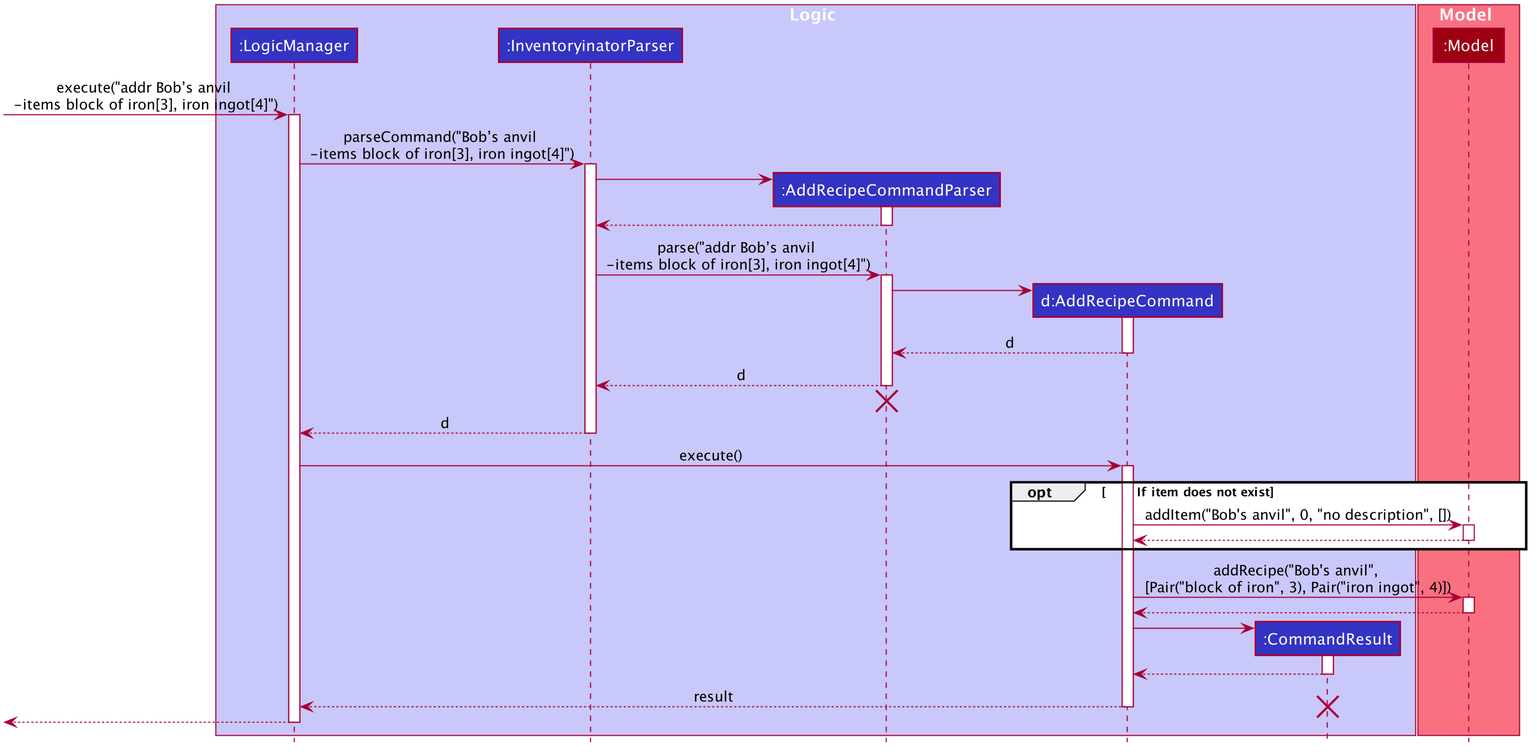
Before: docs/images/commandseqdiagrams/DeleteItemSequenceDiagram.png, a diagram exported from PlantUML (nus-cs2103-AY2021S1/tp).
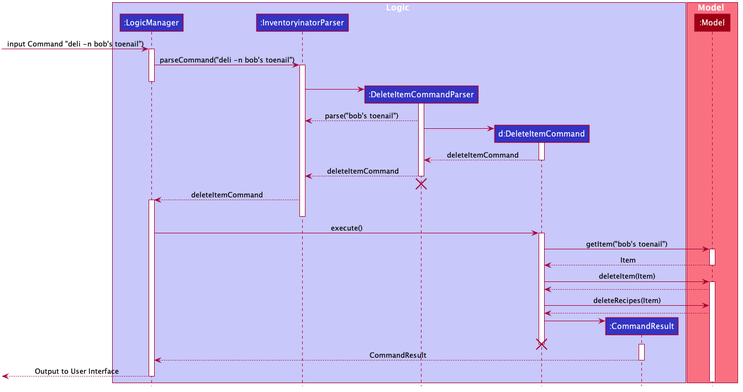
Above is the later version.

Change to the diagram source:
```diff
@@ -51,8 +51,8 @@
 box Logic #C8C8FA
 participant ":LogicManager" as LogicManager #3333C4
 participant ":InventoryinatorParser" as InventoryinatorParser #3333C4
-participant ":AddRecipeCommandParser" as AddRecipeCommandParser #3333C4
-participant "d:AddRecipeCommand" as AddRecipeCommand #3333C4
+participant ":DeleteItemCommandParser" as DeleteCommandParser #3333C4
+participant "d:DeleteItemCommand" as DeleteCommand #3333C4
 participant ":CommandResult" as CommandResult #3333C4
 end box
 
@@ -60,61 +60,59 @@
 participant ":Model" as Model #9D0012
 end box
 
-[-> LogicManager : execute("addr Bob’s anvil \n-items block of iron[3], iron ingot[4]")
+[-> LogicManager : input Command "deli -n bob's toenail")
 activate LogicManager
 
-LogicManager -> InventoryinatorParser : parseCommand("Bob’s anvil \n-items block of iron[3], iron ingot[4]")
+LogicManager -> InventoryinatorParser : parseCommand("deli -n bob's toenail")
 activate InventoryinatorParser
+deactivate LogicManager
 
-create AddRecipeCommandParser
-InventoryinatorParser -> AddRecipeCommandParser
-activate AddRecipeCommandParser
+create DeleteCommandParser
+InventoryinatorParser -> DeleteCommandParser
+activate DeleteCommandParser
 
-AddRecipeCommandParser --> InventoryinatorParser
-deactivate AddRecipeCommandParser
+DeleteCommandParser --> InventoryinatorParser : parse("bob's toenail")
 
-InventoryinatorParser -> AddRecipeCommandParser : parse("addr Bob’s anvil \n-items block of iron[3], iron ingot[4]")
-activate AddRecipeCommandParser
+create DeleteCommand
+DeleteCommandParser -> DeleteCommand
+activate DeleteCommand
 
-create AddRecipeCommand
-AddRecipeCommandParser -> AddRecipeCommand
-activate AddRecipeCommand
+DeleteCommand --> DeleteCommandParser : deleteItemCommand
+deactivate DeleteCommand
 
-AddRecipeCommand --> AddRecipeCommandParser : d
-deactivate AddRecipeCommand
+DeleteCommandParser --> InventoryinatorParser : deleteItemCommand
+deactivate DeleteCommandParser
+DeleteCommandParser -[hidden]-> InventoryinatorParser
+destroy DeleteCommandParser
 
-AddRecipeCommandParser --> InventoryinatorParser : d
-deactivate AddRecipeCommandParser
-AddRecipeCommandParser -[hidden]-> InventoryinatorParser
-destroy AddRecipeCommandParser
-
-InventoryinatorParser --> LogicManager : d
+InventoryinatorParser --> LogicManager : deleteItemCommand
+activate LogicManager
 deactivate InventoryinatorParser
 
-LogicManager -> AddRecipeCommand : execute()
-activate AddRecipeCommand
-opt \tIf item does not exist
-AddRecipeCommand -> Model : addItem("Bob's anvil", 0, "no description", [])
-activate Model
-Model --> AddRecipeCommand
-deactivate Model
-end
-AddRecipeCommand -> Model : addRecipe("Bob's anvil", \n[Pair("block of iron", 3), Pair("iron ingot", 4)])
+LogicManager -> DeleteCommand : execute()
+activate DeleteCommand
+
+DeleteCommand -> Model : getItem("bob's toenail")
 activate Model
 
-Model --> AddRecipeCommand
+Model --> DeleteCommand : Item
 deactivate Model
 
+DeleteCommand -> Model :deleteItem(Item)
+activate Model
+Model --> DeleteCommand
+
+DeleteCommand -> Model : deleteRecipes(Item)
+Model --> DeleteCommand
 create CommandResult
-AddRecipeCommand -> CommandResult
+DeleteCommand -> CommandResult
+DeleteCommand -[hidden]-> LogicManager
+destroy DeleteCommand
 activate CommandResult
 
-CommandResult --> AddRecipeCommand
+CommandResult --> LogicManager : CommandResult
 deactivate CommandResult
 
-AddRecipeCommand --> LogicManager : result
-deactivate AddRecipeCommand
-destroy CommandResult
-[<--LogicManager
+[<--LogicManager : Output to User Interface
 deactivate LogicManager
 @enduml
```
